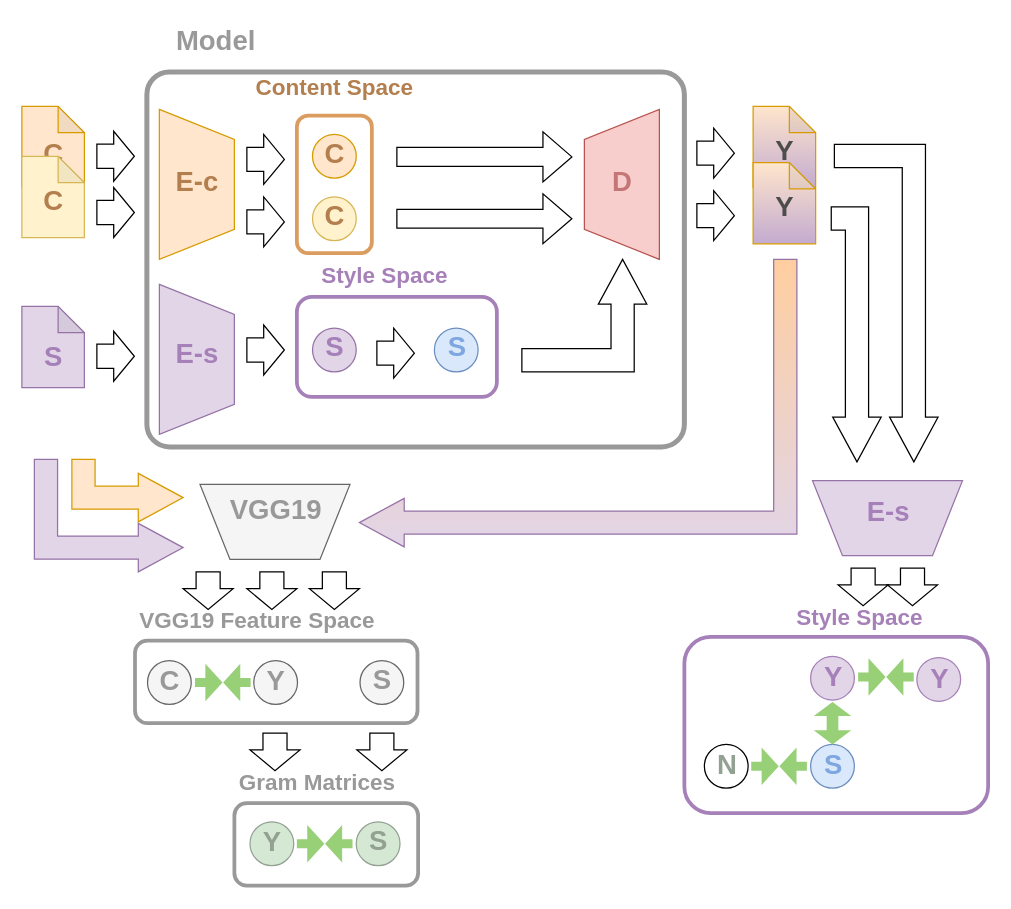
This is presentation/pipeline.drawio from dfuchsgruber/VariationalStyleTransfer, a draw.io file, before an edit. Source tidied: cells renumbered, new cells numbered last; positions are measured from the earlier drawing's top-left corner, leaving out a move shared by most shapes. Both pictures are drawn from the tidied source at 125%, with x=0, y=0 at pixel (21, 21).
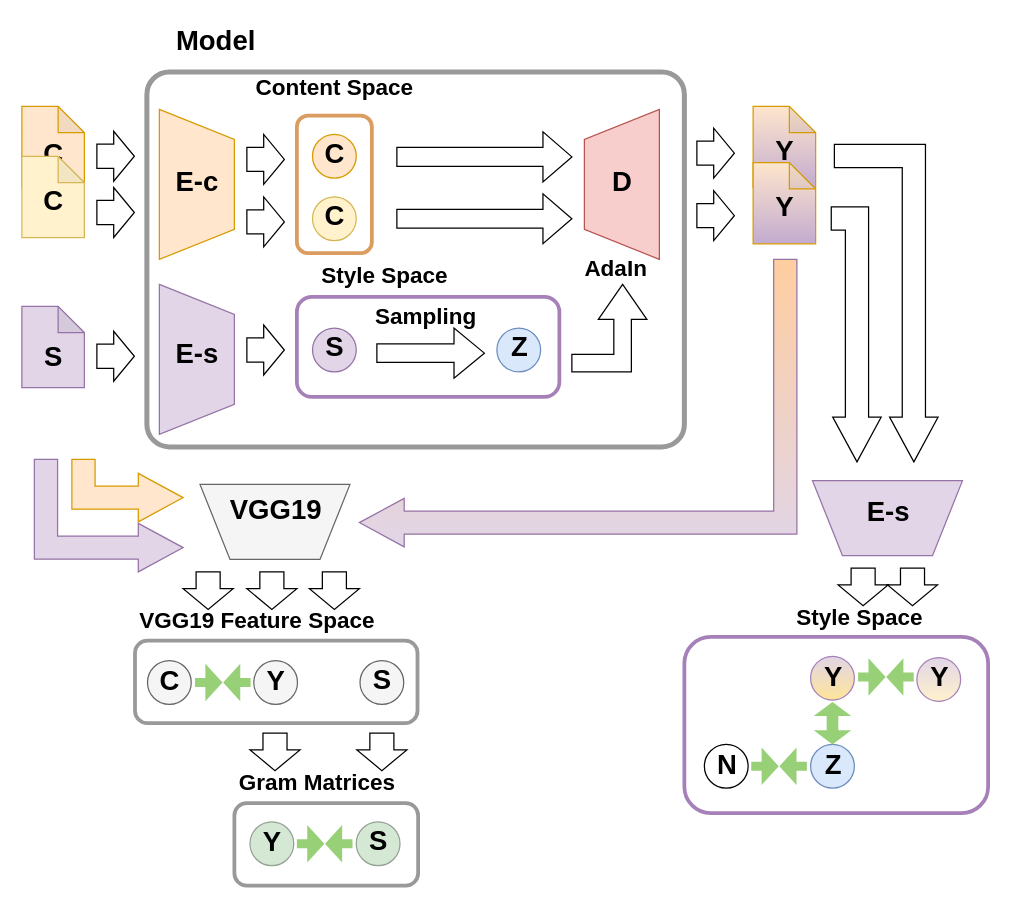
Above is the later version.

What changed in the source:
```diff
@@
+    <mxCell id="87" style="rounded=1;whiteSpace=wrap;html=1;strokeColor=#999999;fillColor=none;strokeWidth=3;fontColor=#333333;" parent="1" vertex="1">
+      <mxGeometry x="170" y="625" width="147" height="66" as="geometry" />
+    </mxCell>
@@
-    <mxCell id="7" value="&lt;div style=&quot;font-size: 22px&quot; align=&quot;center&quot;&gt;&lt;font color=&quot;#B37F4E&quot;&gt;&lt;b&gt;C&lt;br&gt;&lt;/b&gt;&lt;/font&gt;&lt;/div&gt;" style="text;html=1;align=center;verticalAlign=top;spacingTop=-4;" parent="1" vertex="1">
+    <mxCell id="7" value="&lt;div style=&quot;font-size: 22px&quot; align=&quot;center&quot;&gt;&lt;font&gt;&lt;b&gt;C&lt;br&gt;&lt;/b&gt;&lt;/font&gt;&lt;/div&gt;" style="text;html=1;align=center;verticalAlign=top;spacingTop=-4;fontColor=#000000;" parent="1" vertex="1">
       <mxGeometry x="10" y="90" width="30" height="20" as="geometry" />
     </mxCell>
     <mxCell id="8" style="rounded=1;whiteSpace=wrap;html=1;strokeColor=#A680B8;fillColor=none;strokeWidth=3;" parent="1" vertex="1">
-      <mxGeometry x="220" y="220" width="160" height="80" as="geometry" />
+      <mxGeometry x="220" y="220" width="210" height="80" as="geometry" />
     </mxCell>
@@
-    <mxCell id="23" style="shape=singleArrow;whiteSpace=wrap;html=1;arrowWidth=0.4809523809523815;arrowSize=0.5514285714285729;" parent="1" vertex="1">
-      <mxGeometry x="284" y="245" width="30" height="40" as="geometry" />
+    <mxCell id="23" style="shape=singleArrow;whiteSpace=wrap;html=1;arrowWidth=0.3714285714285694;arrowSize=0.282392026578073;" parent="1" vertex="1">
+      <mxGeometry x="284" y="245" width="86" height="40" as="geometry" />
     </mxCell>
     <mxCell id="24" style="ellipse;whiteSpace=wrap;html=1;fillColor=#dae8fc;strokeColor=#6c8ebf;" parent="1" vertex="1">
-      <mxGeometry x="330" y="245" width="35" height="35" as="geometry" />
+      <mxGeometry x="380" y="245" width="35" height="35" as="geometry" />
     </mxCell>
@@
-    <mxCell id="28" style="html=1;align=center;verticalAlign=middle;shape=mxgraph.arrows2.bendArrow;dy=9.28;dx=35.86;notch=0;arrowHead=38.83;strokeColor=#000000;fillColor=#ffffff;direction=south;flipH=0;flipV=1;" parent="1" vertex="1">
-      <mxGeometry x="400" y="190" width="100" height="90" as="geometry" />
+    <mxCell id="28" style="html=1;align=center;verticalAlign=middle;shape=mxgraph.arrows2.bendArrow;dy=7.02;dx=28;notch=0;arrowHead=38.83;strokeColor=#000000;fillColor=#ffffff;direction=south;flipH=0;flipV=1;" parent="1" vertex="1">
+      <mxGeometry x="440" y="210" width="60" height="70" as="geometry" />
     </mxCell>
@@
-    <mxCell id="36" value="&lt;div style=&quot;font-size: 22px&quot; align=&quot;center&quot;&gt;&lt;font style=&quot;font-size: 22px&quot; color=&quot;#999999&quot;&gt;&lt;b&gt;Model&lt;/b&gt;&lt;/font&gt;&lt;/div&gt;" style="text;html=1;align=center;verticalAlign=top;spacingTop=-4;" parent="1" vertex="1">
+    <mxCell id="36" value="&lt;div style=&quot;font-size: 22px&quot; align=&quot;center&quot;&gt;&lt;font style=&quot;font-size: 22px&quot;&gt;&lt;b&gt;Model&lt;/b&gt;&lt;/font&gt;&lt;/div&gt;" style="text;html=1;align=center;verticalAlign=top;spacingTop=-4;fontColor=#000000;" parent="1" vertex="1">
       <mxGeometry x="115" width="80" height="20" as="geometry" />
     </mxCell>
-    <mxCell id="37" value="&lt;div style=&quot;font-size: 22px&quot; align=&quot;center&quot;&gt;&lt;font color=&quot;#B37F4E&quot;&gt;&lt;b&gt;C&lt;br&gt;&lt;/b&gt;&lt;/font&gt;&lt;/div&gt;" style="text;html=1;align=center;verticalAlign=top;spacingTop=-4;" parent="1" vertex="1">
+    <mxCell id="37" value="&lt;div style=&quot;font-size: 22px&quot; align=&quot;center&quot;&gt;&lt;font&gt;&lt;b&gt;C&lt;br&gt;&lt;/b&gt;&lt;/font&gt;&lt;/div&gt;" style="text;html=1;align=center;verticalAlign=top;spacingTop=-4;fontColor=#000000;" parent="1" vertex="1">
       <mxGeometry x="10" y="127.5" width="30" height="20" as="geometry" />
     </mxCell>
-    <mxCell id="38" value="&lt;div style=&quot;font-size: 22px&quot; align=&quot;center&quot;&gt;&lt;font color=&quot;#B37F4E&quot;&gt;&lt;b&gt;C&lt;br&gt;&lt;/b&gt;&lt;/font&gt;&lt;/div&gt;" style="text;html=1;align=center;verticalAlign=top;spacingTop=-4;" parent="1" vertex="1">
+    <mxCell id="38" value="&lt;div style=&quot;font-size: 22px&quot; align=&quot;center&quot;&gt;&lt;font&gt;&lt;b&gt;C&lt;br&gt;&lt;/b&gt;&lt;/font&gt;&lt;/div&gt;" style="text;html=1;align=center;verticalAlign=top;spacingTop=-4;fontColor=#000000;" parent="1" vertex="1">
       <mxGeometry x="235" y="90" width="30" height="20" as="geometry" />
     </mxCell>
-    <mxCell id="39" value="&lt;div style=&quot;font-size: 22px&quot; align=&quot;center&quot;&gt;&lt;font color=&quot;#B37F4E&quot;&gt;&lt;b&gt;C&lt;br&gt;&lt;/b&gt;&lt;/font&gt;&lt;/div&gt;" style="text;html=1;align=center;verticalAlign=top;spacingTop=-4;" parent="1" vertex="1">
+    <mxCell id="39" value="&lt;div style=&quot;font-size: 22px&quot; align=&quot;center&quot;&gt;&lt;font&gt;&lt;b&gt;C&lt;br&gt;&lt;/b&gt;&lt;/font&gt;&lt;/div&gt;" style="text;html=1;align=center;verticalAlign=top;spacingTop=-4;fontColor=#000000;" parent="1" vertex="1">
       <mxGeometry x="235" y="140" width="30" height="20" as="geometry" />
     </mxCell>
-    <mxCell id="40" value="&lt;div style=&quot;font-size: 22px&quot; align=&quot;center&quot;&gt;&lt;font color=&quot;#B37F4E&quot;&gt;&lt;b&gt;E-c&lt;br&gt;&lt;/b&gt;&lt;/font&gt;&lt;/div&gt;" style="text;html=1;align=center;verticalAlign=top;spacingTop=-4;" parent="1" vertex="1">
+    <mxCell id="40" value="&lt;div style=&quot;font-size: 22px&quot; align=&quot;center&quot;&gt;&lt;font&gt;&lt;b&gt;E-c&lt;br&gt;&lt;/b&gt;&lt;/font&gt;&lt;/div&gt;" style="text;html=1;align=center;verticalAlign=top;spacingTop=-4;fontColor=#000000;" parent="1" vertex="1">
       <mxGeometry x="115" y="112.5" width="50" height="20" as="geometry" />
     </mxCell>
-    <mxCell id="41" value="&lt;div style=&quot;font-size: 22px&quot; align=&quot;center&quot;&gt;&lt;font color=&quot;#A680B8&quot;&gt;&lt;b&gt;E-s&lt;/b&gt;&lt;/font&gt;&lt;/div&gt;" style="text;html=1;align=center;verticalAlign=top;spacingTop=-4;" parent="1" vertex="1">
+    <mxCell id="41" value="&lt;div style=&quot;font-size: 22px&quot; align=&quot;center&quot;&gt;&lt;font&gt;&lt;b&gt;E-s&lt;/b&gt;&lt;/font&gt;&lt;/div&gt;" style="text;html=1;align=center;verticalAlign=top;spacingTop=-4;fontColor=#000000;" parent="1" vertex="1">
       <mxGeometry x="115" y="250" width="50" height="20" as="geometry" />
     </mxCell>
-    <mxCell id="42" value="&lt;div style=&quot;font-size: 22px&quot; align=&quot;center&quot;&gt;&lt;font color=&quot;#A680B8&quot;&gt;&lt;b&gt;S&lt;/b&gt;&lt;/font&gt;&lt;/div&gt;" style="text;html=1;align=center;verticalAlign=top;spacingTop=-4;" parent="1" vertex="1">
+    <mxCell id="42" value="&lt;div style=&quot;font-size: 22px&quot; align=&quot;center&quot;&gt;&lt;font&gt;&lt;b&gt;S&lt;/b&gt;&lt;/font&gt;&lt;/div&gt;" style="text;html=1;align=center;verticalAlign=top;spacingTop=-4;fontColor=#000000;" parent="1" vertex="1">
       <mxGeometry x="10" y="252.5" width="30" height="20" as="geometry" />
     </mxCell>
-    <mxCell id="43" value="&lt;div style=&quot;font-size: 22px&quot; align=&quot;center&quot;&gt;&lt;font color=&quot;#A680B8&quot;&gt;&lt;b&gt;S&lt;/b&gt;&lt;/font&gt;&lt;/div&gt;" style="text;html=1;align=center;verticalAlign=top;spacingTop=-4;" parent="1" vertex="1">
+    <mxCell id="43" value="&lt;div style=&quot;font-size: 22px&quot; align=&quot;center&quot;&gt;&lt;font&gt;&lt;b&gt;S&lt;/b&gt;&lt;/font&gt;&lt;/div&gt;" style="text;html=1;align=center;verticalAlign=top;spacingTop=-4;fontColor=#000000;" parent="1" vertex="1">
       <mxGeometry x="235" y="245" width="30" height="20" as="geometry" />
     </mxCell>
-    <mxCell id="44" value="&lt;div style=&quot;font-size: 22px&quot; align=&quot;center&quot;&gt;&lt;font color=&quot;#7EA6E0&quot;&gt;&lt;b&gt;S&lt;/b&gt;&lt;/font&gt;&lt;/div&gt;" style="text;html=1;align=center;verticalAlign=top;spacingTop=-4;" parent="1" vertex="1">
-      <mxGeometry x="332.5" y="245" width="30" height="20" as="geometry" />
+    <mxCell id="44" value="&lt;div style=&quot;font-size: 22px&quot; align=&quot;center&quot;&gt;&lt;font&gt;&lt;b&gt;Z&lt;/b&gt;&lt;/font&gt;&lt;/div&gt;" style="text;html=1;align=center;verticalAlign=top;spacingTop=-4;fontColor=#000000;" parent="1" vertex="1">
+      <mxGeometry x="382.5" y="245" width="30" height="20" as="geometry" />
     </mxCell>
-    <mxCell id="45" value="&lt;div style=&quot;font-size: 22px&quot; align=&quot;center&quot;&gt;&lt;font color=&quot;#C47676&quot;&gt;&lt;b&gt;D&lt;/b&gt;&lt;/font&gt;&lt;/div&gt;" style="text;html=1;align=center;verticalAlign=top;spacingTop=-4;" parent="1" vertex="1">
+    <mxCell id="45" value="&lt;div style=&quot;font-size: 22px&quot; align=&quot;center&quot;&gt;&lt;font&gt;&lt;b&gt;D&lt;/b&gt;&lt;/font&gt;&lt;/div&gt;" style="text;html=1;align=center;verticalAlign=top;spacingTop=-4;fontColor=#000000;" parent="1" vertex="1">
       <mxGeometry x="465" y="112.5" width="30" height="20" as="geometry" />
     </mxCell>
-    <mxCell id="46" value="&lt;div style=&quot;font-size: 18px&quot; align=&quot;center&quot;&gt;&lt;font style=&quot;font-size: 18px&quot; color=&quot;#999999&quot;&gt;&lt;b&gt;&lt;font color=&quot;#B37F4E&quot;&gt;Content Space&lt;/font&gt;&lt;br&gt;&lt;/b&gt;&lt;/font&gt;&lt;/div&gt;" style="text;html=1;align=center;verticalAlign=top;spacingTop=-4;" parent="1" vertex="1">
+    <mxCell id="46" value="&lt;div style=&quot;font-size: 18px&quot; align=&quot;center&quot;&gt;&lt;font style=&quot;font-size: 18px&quot;&gt;&lt;b&gt;&lt;font&gt;Content Space&lt;/font&gt;&lt;br&gt;&lt;/b&gt;&lt;/font&gt;&lt;/div&gt;" style="text;html=1;align=center;verticalAlign=top;spacingTop=-4;fontColor=#000000;" parent="1" vertex="1">
       <mxGeometry x="180" y="40" width="140" height="20" as="geometry" />
     </mxCell>
-    <mxCell id="47" value="&lt;div style=&quot;font-size: 18px&quot; align=&quot;center&quot;&gt;&lt;font style=&quot;font-size: 18px&quot; color=&quot;#A680B8&quot;&gt;&lt;b&gt;Style Space&lt;br&gt;&lt;/b&gt;&lt;/font&gt;&lt;/div&gt;" style="text;html=1;align=center;verticalAlign=top;spacingTop=-4;" parent="1" vertex="1">
+    <mxCell id="47" value="&lt;div style=&quot;font-size: 18px&quot; align=&quot;center&quot;&gt;&lt;font style=&quot;font-size: 18px&quot;&gt;&lt;b&gt;Style Space&lt;br&gt;&lt;/b&gt;&lt;/font&gt;&lt;/div&gt;" style="text;html=1;align=center;verticalAlign=top;spacingTop=-4;fontColor=#000000;" parent="1" vertex="1">
       <mxGeometry x="230" y="190" width="120" height="20" as="geometry" />
     </mxCell>
-    <mxCell id="48" value="&lt;font style=&quot;font-size: 22px&quot; color=&quot;#4D4D4D&quot;&gt;&lt;b&gt;Y&lt;br&gt;&lt;/b&gt;&lt;/font&gt;" style="text;html=1;align=center;verticalAlign=top;spacingTop=-4;" parent="1" vertex="1">
+    <mxCell id="48" value="&lt;font style=&quot;font-size: 22px&quot;&gt;&lt;b&gt;Y&lt;br&gt;&lt;/b&gt;&lt;/font&gt;" style="text;html=1;align=center;verticalAlign=top;spacingTop=-4;fontColor=#000000;" parent="1" vertex="1">
       <mxGeometry x="595" y="88" width="30" height="20" as="geometry" />
     </mxCell>
@@
-    <mxCell id="51" value="&lt;div style=&quot;font-size: 22px&quot; align=&quot;center&quot;&gt;&lt;font color=&quot;#A680B8&quot;&gt;&lt;b&gt;E-s&lt;/b&gt;&lt;/font&gt;&lt;/div&gt;" style="text;html=1;align=center;verticalAlign=top;spacingTop=-4;direction=south;" parent="1" vertex="1">
+    <mxCell id="51" value="&lt;div style=&quot;font-size: 22px&quot; align=&quot;center&quot;&gt;&lt;font&gt;&lt;b&gt;E-s&lt;/b&gt;&lt;/font&gt;&lt;/div&gt;" style="text;html=1;align=center;verticalAlign=top;spacingTop=-4;direction=south;fontColor=#000000;" parent="1" vertex="1">
       <mxGeometry x="682.5" y="377" width="20" height="50" as="geometry" />
     </mxCell>
@@
-    <mxCell id="54" style="ellipse;whiteSpace=wrap;html=1;fillColor=#E1D5E7;strokeColor=#A680B8;gradientDirection=east;gradientColor=none;direction=south;" parent="1" vertex="1">
+    <mxCell id="54" style="ellipse;whiteSpace=wrap;html=1;fillColor=#E1D5E7;strokeColor=#A680B8;gradientDirection=east;gradientColor=#FFE599;direction=south;" parent="1" vertex="1">
       <mxGeometry x="631" y="507.5" width="35" height="35" as="geometry" />
     </mxCell>
-    <mxCell id="55" value="&lt;font style=&quot;font-size: 22px&quot; color=&quot;#A680B8&quot;&gt;&lt;b&gt;Y&lt;br&gt;&lt;/b&gt;&lt;/font&gt;" style="text;html=1;align=center;verticalAlign=top;spacingTop=-4;direction=south;" parent="1" vertex="1">
+    <mxCell id="55" value="&lt;font style=&quot;font-size: 22px&quot;&gt;&lt;b&gt;Y&lt;br&gt;&lt;/b&gt;&lt;/font&gt;" style="text;html=1;align=center;verticalAlign=top;spacingTop=-4;direction=south;fontColor=#000000;" parent="1" vertex="1">
       <mxGeometry x="638.5" y="508.5" width="20" height="30" as="geometry" />
     </mxCell>
-    <mxCell id="56" style="ellipse;whiteSpace=wrap;html=1;fillColor=#E1D5E7;strokeColor=#A680B8;gradientDirection=east;gradientColor=none;direction=south;" parent="1" vertex="1">
+    <mxCell id="56" style="ellipse;whiteSpace=wrap;html=1;fillColor=#E1D5E7;strokeColor=#A680B8;gradientDirection=east;gradientColor=#FFF2CC;direction=south;" parent="1" vertex="1">
       <mxGeometry x="716" y="508.5" width="35" height="35" as="geometry" />
     </mxCell>
-    <mxCell id="57" value="&lt;font style=&quot;font-size: 22px&quot; color=&quot;#A680B8&quot;&gt;&lt;b&gt;Y&lt;br&gt;&lt;/b&gt;&lt;/font&gt;" style="text;html=1;align=center;verticalAlign=top;spacingTop=-4;direction=south;" parent="1" vertex="1">
-      <mxGeometry x="723.5" y="510" width="20" height="30" as="geometry" />
+    <mxCell id="57" value="&lt;font style=&quot;font-size: 22px&quot;&gt;&lt;b&gt;Y&lt;br&gt;&lt;/b&gt;&lt;/font&gt;" style="text;html=1;align=center;verticalAlign=top;spacingTop=-4;direction=west;fontColor=#000000;" parent="1" vertex="1">
+      <mxGeometry x="718.5" y="509" width="30" height="20" as="geometry" />
     </mxCell>
@@
-    <mxCell id="59" value="&lt;font style=&quot;font-size: 22px&quot; color=&quot;#7EA6E0&quot;&gt;&lt;b&gt;S&lt;br&gt;&lt;/b&gt;&lt;/font&gt;" style="text;html=1;align=center;verticalAlign=top;spacingTop=-4;direction=south;" parent="1" vertex="1">
+    <mxCell id="59" value="&lt;font style=&quot;font-size: 22px&quot;&gt;&lt;b&gt;Z&lt;br&gt;&lt;/b&gt;&lt;/font&gt;" style="text;html=1;align=center;verticalAlign=top;spacingTop=-4;direction=south;fontColor=#000000;" parent="1" vertex="1">
       <mxGeometry x="633.5" y="579" width="30" height="20" as="geometry" />
     </mxCell>
@@
-    <mxCell id="62" value="&lt;font style=&quot;font-size: 22px&quot;&gt;&lt;b&gt;&lt;font style=&quot;font-size: 22px&quot; color=&quot;#999999&quot;&gt;VGG19&lt;/font&gt;&lt;/b&gt;&lt;/font&gt;" style="text;html=1;align=center;verticalAlign=top;spacingTop=-4;direction=south;" parent="1" vertex="1">
+    <mxCell id="62" value="&lt;font style=&quot;font-size: 22px&quot;&gt;&lt;b&gt;&lt;font style=&quot;font-size: 22px&quot;&gt;VGG19&lt;/font&gt;&lt;/b&gt;&lt;/font&gt;" style="text;html=1;align=center;verticalAlign=top;spacingTop=-4;direction=south;fontColor=#000000;" parent="1" vertex="1">
       <mxGeometry x="157.5" y="375" width="90" height="20" as="geometry" />
     </mxCell>
@@
-    <mxCell id="64" value="&lt;font style=&quot;font-size: 22px&quot; color=&quot;#4D4D4D&quot;&gt;&lt;b&gt;Y&lt;br&gt;&lt;/b&gt;&lt;/font&gt;" style="text;html=1;align=center;verticalAlign=top;spacingTop=-4;" parent="1" vertex="1">
+    <mxCell id="64" value="&lt;font style=&quot;font-size: 22px&quot;&gt;&lt;b&gt;Y&lt;br&gt;&lt;/b&gt;&lt;/font&gt;" style="text;html=1;align=center;verticalAlign=top;spacingTop=-4;fontColor=#000000;" parent="1" vertex="1">
       <mxGeometry x="595" y="133" width="30" height="20" as="geometry" />
     </mxCell>
@@
-    <mxCell id="67" value="&lt;font style=&quot;font-size: 22px&quot; color=&quot;#999999&quot;&gt;&lt;b&gt;C&lt;br&gt;&lt;/b&gt;&lt;/font&gt;" style="text;html=1;align=center;verticalAlign=top;spacingTop=-4;direction=south;" parent="1" vertex="1">
+    <mxCell id="67" value="&lt;font style=&quot;font-size: 22px&quot;&gt;&lt;b&gt;C&lt;br&gt;&lt;/b&gt;&lt;/font&gt;" style="text;html=1;align=center;verticalAlign=top;spacingTop=-4;direction=south;fontColor=#000000;" parent="1" vertex="1">
       <mxGeometry x="103" y="512" width="30" height="20" as="geometry" />
     </mxCell>
@@
-    <mxCell id="69" value="&lt;font style=&quot;font-size: 22px&quot; color=&quot;#999999&quot;&gt;&lt;b&gt;Y&lt;br&gt;&lt;/b&gt;&lt;/font&gt;" style="text;html=1;align=center;verticalAlign=top;spacingTop=-4;direction=south;" parent="1" vertex="1">
+    <mxCell id="69" value="&lt;font style=&quot;font-size: 22px&quot;&gt;&lt;b&gt;Y&lt;br&gt;&lt;/b&gt;&lt;/font&gt;" style="text;html=1;align=center;verticalAlign=top;spacingTop=-4;direction=south;fontColor=#000000;" parent="1" vertex="1">
       <mxGeometry x="188" y="512" width="30" height="20" as="geometry" />
     </mxCell>
@@
-    <mxCell id="74" value="&lt;div style=&quot;font-size: 18px&quot; align=&quot;center&quot;&gt;&lt;font style=&quot;font-size: 18px&quot; color=&quot;#A680B8&quot;&gt;&lt;b&gt;Style Space&lt;br&gt;&lt;/b&gt;&lt;/font&gt;&lt;/div&gt;" style="text;html=1;align=center;verticalAlign=top;spacingTop=-4;" parent="1" vertex="1">
+    <mxCell id="74" value="&lt;div style=&quot;font-size: 18px&quot; align=&quot;center&quot;&gt;&lt;font style=&quot;font-size: 18px&quot;&gt;&lt;b&gt;Style Space&lt;br&gt;&lt;/b&gt;&lt;/font&gt;&lt;/div&gt;" style="text;html=1;align=center;verticalAlign=top;spacingTop=-4;fontColor=#000000;" parent="1" vertex="1">
       <mxGeometry x="610" y="464" width="120" height="20" as="geometry" />
     </mxCell>
@@
-    <mxCell id="77" value="&lt;font style=&quot;font-size: 22px&quot; color=&quot;#999999&quot;&gt;&lt;b&gt;S&lt;br&gt;&lt;/b&gt;&lt;/font&gt;" style="text;html=1;align=center;verticalAlign=top;spacingTop=-4;direction=south;" parent="1" vertex="1">
+    <mxCell id="77" value="&lt;font style=&quot;font-size: 22px&quot;&gt;&lt;b&gt;S&lt;br&gt;&lt;/b&gt;&lt;/font&gt;" style="text;html=1;align=center;verticalAlign=top;spacingTop=-4;direction=south;fontColor=#000000;" parent="1" vertex="1">
       <mxGeometry x="273" y="511" width="30" height="20" as="geometry" />
     </mxCell>
-    <mxCell id="78" value="&lt;div style=&quot;font-size: 18px&quot; align=&quot;center&quot;&gt;&lt;font style=&quot;font-size: 18px&quot; color=&quot;#999999&quot;&gt;&lt;b&gt;VGG19 Feature Space&lt;br&gt;&lt;/b&gt;&lt;/font&gt;&lt;/div&gt;" style="text;html=1;align=center;verticalAlign=top;spacingTop=-4;" parent="1" vertex="1">
+    <mxCell id="78" value="&lt;div style=&quot;font-size: 18px&quot; align=&quot;center&quot;&gt;&lt;font style=&quot;font-size: 18px&quot;&gt;&lt;b&gt;VGG19 Feature Space&lt;br&gt;&lt;/b&gt;&lt;/font&gt;&lt;/div&gt;" style="text;html=1;align=center;verticalAlign=top;spacingTop=-4;fontColor=#000000;" parent="1" vertex="1">
       <mxGeometry x="88" y="466" width="200" height="20" as="geometry" />
     </mxCell>
@@
-    <mxCell id="82" value="&lt;font style=&quot;font-size: 22px&quot; color=&quot;#93A193&quot;&gt;&lt;b&gt;Y&lt;br&gt;&lt;/b&gt;&lt;/font&gt;" style="text;html=1;align=center;verticalAlign=top;spacingTop=-4;direction=south;" parent="1" vertex="1">
+    <mxCell id="82" value="&lt;font style=&quot;font-size: 22px&quot;&gt;&lt;b&gt;Y&lt;br&gt;&lt;/b&gt;&lt;/font&gt;" style="text;html=1;align=center;verticalAlign=top;spacingTop=-4;direction=south;fontColor=#000000;" parent="1" vertex="1">
       <mxGeometry x="185" y="641" width="30" height="20" as="geometry" />
     </mxCell>
@@
-    <mxCell id="84" value="&lt;font style=&quot;font-size: 22px&quot; color=&quot;#93A193&quot;&gt;&lt;b&gt;S&lt;br&gt;&lt;/b&gt;&lt;/font&gt;" style="text;html=1;align=center;verticalAlign=top;spacingTop=-4;direction=south;" parent="1" vertex="1">
+    <mxCell id="84" value="&lt;font style=&quot;font-size: 22px&quot;&gt;&lt;b&gt;S&lt;br&gt;&lt;/b&gt;&lt;/font&gt;" style="text;html=1;align=center;verticalAlign=top;spacingTop=-4;direction=south;fontColor=#000000;" parent="1" vertex="1">
       <mxGeometry x="270" y="640" width="30" height="20" as="geometry" />
     </mxCell>
@@
-    <mxCell id="87" style="rounded=1;whiteSpace=wrap;html=1;strokeColor=#999999;fillColor=none;strokeWidth=3;fontColor=#333333;" parent="1" vertex="1">
-      <mxGeometry x="170" y="625" width="147" height="66" as="geometry" />
-    </mxCell>
-    <mxCell id="88" value="&lt;font style=&quot;font-size: 18px&quot; color=&quot;#999999&quot;&gt;&lt;b&gt;Gram Matrices&lt;br&gt;&lt;/b&gt;&lt;/font&gt;" style="text;html=1;align=center;verticalAlign=top;spacingTop=-4;" parent="1" vertex="1">
+    <mxCell id="88" value="&lt;font style=&quot;font-size: 18px&quot;&gt;&lt;b&gt;Gram Matrices&lt;br&gt;&lt;/b&gt;&lt;/font&gt;" style="text;html=1;align=center;verticalAlign=top;spacingTop=-4;fontColor=#000000;" parent="1" vertex="1">
       <mxGeometry x="165.5" y="595.5" width="140" height="20" as="geometry" />
     </mxCell>
@@
-    <mxCell id="90" value="&lt;font style=&quot;font-size: 22px&quot; color=&quot;#93A193&quot;&gt;&lt;b&gt;N&lt;br&gt;&lt;/b&gt;&lt;/font&gt;" style="text;html=1;align=center;verticalAlign=top;spacingTop=-4;direction=south;" parent="1" vertex="1">
+    <mxCell id="90" value="&lt;font style=&quot;font-size: 22px&quot;&gt;&lt;b&gt;N&lt;br&gt;&lt;/b&gt;&lt;/font&gt;" style="text;html=1;align=center;verticalAlign=top;spacingTop=-4;direction=south;fontColor=#000000;" parent="1" vertex="1">
       <mxGeometry x="548.5" y="579" width="30" height="20" as="geometry" />
     </mxCell>
@@
+    <mxCell id="93" value="&lt;div style=&quot;font-size: 18px&quot; align=&quot;center&quot;&gt;&lt;font style=&quot;font-size: 18px&quot;&gt;&lt;b&gt;Sampling&lt;br&gt;&lt;/b&gt;&lt;/font&gt;&lt;/div&gt;" style="text;html=1;align=center;verticalAlign=top;spacingTop=-4;fontColor=#000000;" parent="1" vertex="1">
+      <mxGeometry x="273" y="222.5" width="100" height="20" as="geometry" />
+    </mxCell>
+    <mxCell id="94" value="&lt;font style=&quot;font-size: 18px&quot;&gt;&lt;b&gt;AdaIn&lt;br&gt;&lt;/b&gt;&lt;/font&gt;" style="text;html=1;align=center;verticalAlign=top;spacingTop=-4;fontColor=#000000;" parent="1" vertex="1">
+      <mxGeometry x="440" y="185" width="70" height="20" as="geometry" />
+    </mxCell>
```
